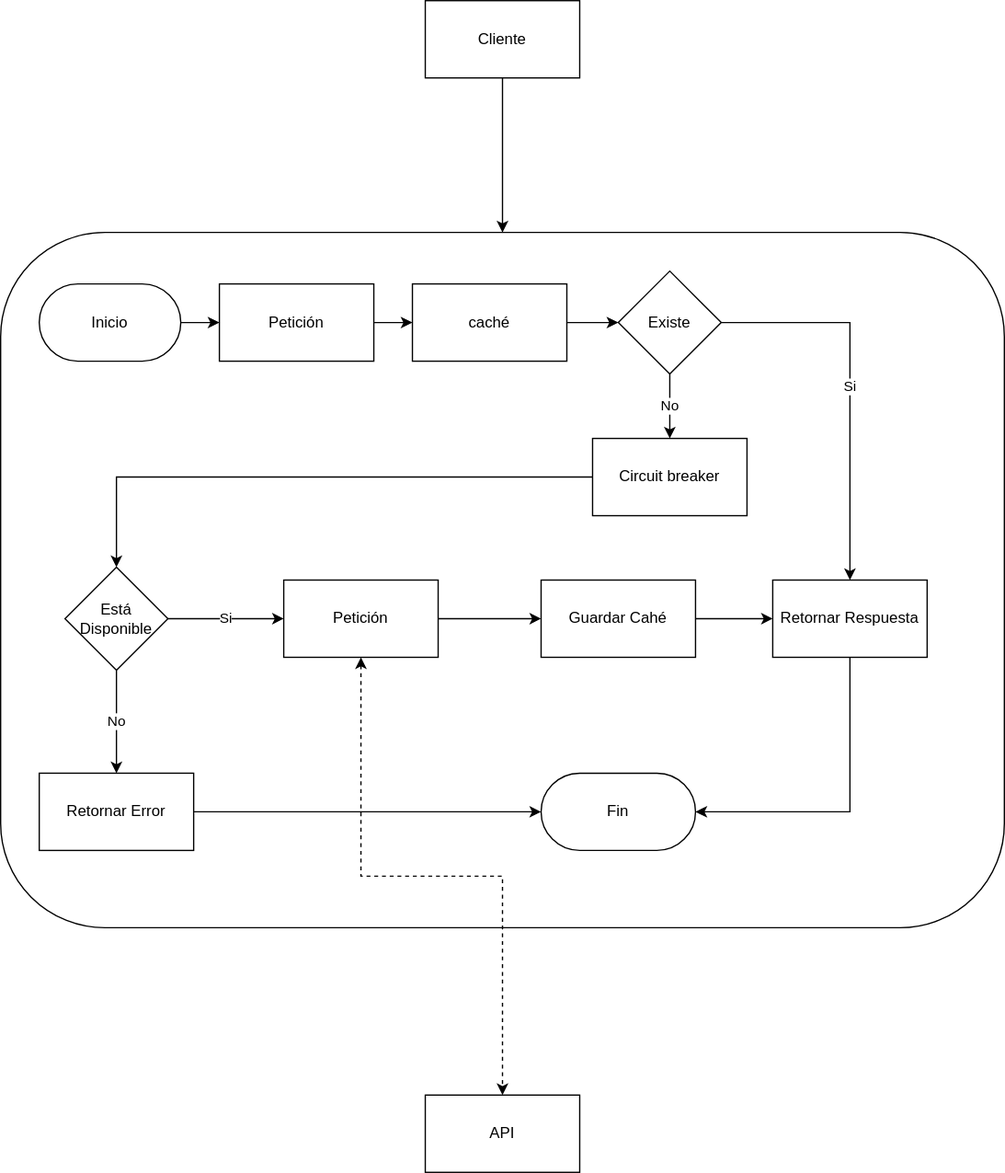
Before: docs/solucion.drawio.svg, a diagram exported from draw.io (luifertorres/ceiba-hackathon-2021). Source tidied: cells renumbered, new cells last; positions are measured from the earlier drawing's top-left corner, leaving out a move shared by most shapes. Its diagram source:
```xml
<mxGraphModel>
  <root>
    <mxCell id="0" />
    <mxCell id="1" parent="0" />
    <mxCell id="2" style="rounded=1;whiteSpace=wrap;html=1;fillColor=none;" parent="1" vertex="1">
      <mxGeometry y="180" width="780" height="540" as="geometry" />
    </mxCell>
    <mxCell id="3" style="edgeStyle=orthogonalEdgeStyle;rounded=0;jettySize=auto;html=1;exitX=1;exitY=0.5;exitDx=0;exitDy=0;entryX=0;entryY=0.5;entryDx=0;entryDy=0;" parent="1" edge="1" source="4" target="6">
      <mxGeometry relative="1" as="geometry" />
    </mxCell>
    <mxCell id="4" value="Petición" style="rounded=0;whiteSpace=wrap;html=1;fillColor=none;" parent="1" vertex="1">
      <mxGeometry x="170" y="220" width="120" height="60" as="geometry" />
    </mxCell>
    <mxCell id="5" style="edgeStyle=orthogonalEdgeStyle;rounded=0;jettySize=auto;html=1;exitX=1;exitY=0.5;exitDx=0;exitDy=0;entryX=0;entryY=0.5;entryDx=0;entryDy=0;" parent="1" edge="1" source="6" target="9">
      <mxGeometry relative="1" as="geometry" />
    </mxCell>
    <mxCell id="6" value="caché" style="rounded=0;whiteSpace=wrap;html=1;fillColor=none;" parent="1" vertex="1">
      <mxGeometry x="320" y="220" width="120" height="60" as="geometry" />
    </mxCell>
    <mxCell id="7" value="Si" style="edgeStyle=orthogonalEdgeStyle;rounded=0;jettySize=auto;html=1;exitX=1;exitY=0.5;exitDx=0;exitDy=0;entryX=0.5;entryY=0;entryDx=0;entryDy=0;" parent="1" edge="1" source="9" target="18">
      <mxGeometry relative="1" as="geometry" />
    </mxCell>
    <mxCell id="8" value="No" style="edgeStyle=orthogonalEdgeStyle;rounded=0;jettySize=auto;html=1;exitX=0.5;exitY=1;exitDx=0;exitDy=0;entryX=0.5;entryY=0;entryDx=0;entryDy=0;" parent="1" edge="1" source="9" target="11">
      <mxGeometry relative="1" as="geometry" />
    </mxCell>
    <mxCell id="9" value="Existe" style="rhombus;whiteSpace=wrap;html=1;fillColor=none;" parent="1" vertex="1">
      <mxGeometry x="480" y="210" width="80" height="80" as="geometry" />
    </mxCell>
    <mxCell id="10" style="edgeStyle=orthogonalEdgeStyle;rounded=0;jettySize=auto;html=1;exitX=0;exitY=0.5;exitDx=0;exitDy=0;entryX=0.5;entryY=0;entryDx=0;entryDy=0;" parent="1" edge="1" source="11" target="14">
      <mxGeometry relative="1" as="geometry">
        <Array as="points">
          <mxPoint x="330" y="370" />
          <mxPoint x="150" y="370" />
        </Array>
      </mxGeometry>
    </mxCell>
    <mxCell id="11" value="Circuit breaker" style="rounded=0;whiteSpace=wrap;html=1;fillColor=none;" parent="1" vertex="1">
      <mxGeometry x="460" y="340" width="120" height="60" as="geometry" />
    </mxCell>
    <mxCell id="12" value="No" style="edgeStyle=orthogonalEdgeStyle;rounded=0;jettySize=auto;html=1;exitX=0.5;exitY=1;exitDx=0;exitDy=0;" parent="1" edge="1" source="14" target="26">
      <mxGeometry relative="1" as="geometry" />
    </mxCell>
    <mxCell id="13" value="Si" style="edgeStyle=orthogonalEdgeStyle;rounded=0;jettySize=auto;html=1;exitX=1;exitY=0.5;exitDx=0;exitDy=0;entryX=0;entryY=0.5;entryDx=0;entryDy=0;" parent="1" edge="1" source="14" target="24">
      <mxGeometry relative="1" as="geometry" />
    </mxCell>
    <mxCell id="14" value="Está Disponible" style="rhombus;whiteSpace=wrap;html=1;fillColor=none;" parent="1" vertex="1">
      <mxGeometry x="50" y="440" width="80" height="80" as="geometry" />
    </mxCell>
    <mxCell id="15" style="edgeStyle=orthogonalEdgeStyle;rounded=0;jettySize=auto;html=1;exitX=1;exitY=0.5;exitDx=0;exitDy=0;entryX=0;entryY=0.5;entryDx=0;entryDy=0;" parent="1" edge="1" source="16" target="18">
      <mxGeometry relative="1" as="geometry" />
    </mxCell>
    <mxCell id="16" value="Guardar Cahé" style="rounded=0;whiteSpace=wrap;html=1;fillColor=none;" parent="1" vertex="1">
      <mxGeometry x="420" y="450" width="120" height="60" as="geometry" />
    </mxCell>
    <mxCell id="17" style="edgeStyle=orthogonalEdgeStyle;rounded=0;jettySize=auto;html=1;exitX=0.5;exitY=1;exitDx=0;exitDy=0;entryX=1;entryY=0.5;entryDx=0;entryDy=0;" parent="1" edge="1" source="18" target="21">
      <mxGeometry relative="1" as="geometry" />
    </mxCell>
    <mxCell id="18" value="Retornar Respuesta" style="rounded=0;whiteSpace=wrap;html=1;fillColor=none;" parent="1" vertex="1">
      <mxGeometry x="600" y="450" width="120" height="60" as="geometry" />
    </mxCell>
    <mxCell id="19" style="edgeStyle=orthogonalEdgeStyle;rounded=0;jettySize=auto;html=1;entryX=0;entryY=0.5;entryDx=0;entryDy=0;" parent="1" edge="1" source="20" target="4">
      <mxGeometry relative="1" as="geometry" />
    </mxCell>
    <mxCell id="20" value="Inicio" style="rounded=1;whiteSpace=wrap;html=1;fillColor=none;arcSize=50;" parent="1" vertex="1">
      <mxGeometry x="30" y="220" width="110" height="60" as="geometry" />
    </mxCell>
    <mxCell id="21" value="Fin" style="rounded=1;whiteSpace=wrap;html=1;fillColor=none;arcSize=50;" parent="1" vertex="1">
      <mxGeometry x="420" y="600" width="120" height="60" as="geometry" />
    </mxCell>
    <mxCell id="22" style="edgeStyle=orthogonalEdgeStyle;rounded=0;jettySize=auto;html=1;exitX=1;exitY=0.5;exitDx=0;exitDy=0;entryX=0;entryY=0.5;entryDx=0;entryDy=0;" parent="1" edge="1" source="24" target="16">
      <mxGeometry relative="1" as="geometry" />
    </mxCell>
    <mxCell id="23" style="edgeStyle=orthogonalEdgeStyle;rounded=0;jettySize=auto;html=1;entryX=0.5;entryY=0;entryDx=0;entryDy=0;startArrow=classic;startFill=1;dashed=1;" parent="1" edge="1" source="24" target="29">
      <mxGeometry relative="1" as="geometry" />
    </mxCell>
    <mxCell id="24" value="Petición" style="rounded=0;whiteSpace=wrap;html=1;fillColor=none;" parent="1" vertex="1">
      <mxGeometry x="220" y="450" width="120" height="60" as="geometry" />
    </mxCell>
    <mxCell id="25" style="edgeStyle=orthogonalEdgeStyle;rounded=0;jettySize=auto;html=1;exitX=1;exitY=0.5;exitDx=0;exitDy=0;" parent="1" edge="1" source="26" target="21">
      <mxGeometry relative="1" as="geometry" />
    </mxCell>
    <mxCell id="26" value="Retornar Error" style="rounded=0;whiteSpace=wrap;html=1;fillColor=none;" parent="1" vertex="1">
      <mxGeometry x="30" y="600" width="120" height="60" as="geometry" />
    </mxCell>
    <mxCell id="27" style="edgeStyle=orthogonalEdgeStyle;rounded=0;jettySize=auto;html=1;exitX=0.5;exitY=1;exitDx=0;exitDy=0;entryX=0.5;entryY=0;entryDx=0;entryDy=0;startArrow=none;startFill=0;" parent="1" edge="1" source="28" target="2">
      <mxGeometry relative="1" as="geometry" />
    </mxCell>
    <mxCell id="28" value="Cliente" style="rounded=0;whiteSpace=wrap;html=1;" parent="1" vertex="1">
      <mxGeometry x="330" width="120" height="60" as="geometry" />
    </mxCell>
    <mxCell id="29" value="API" style="rounded=0;whiteSpace=wrap;html=1;" parent="1" vertex="1">
      <mxGeometry x="330" y="850" width="120" height="60" as="geometry" />
    </mxCell>
  </root>
</mxGraphModel>
```
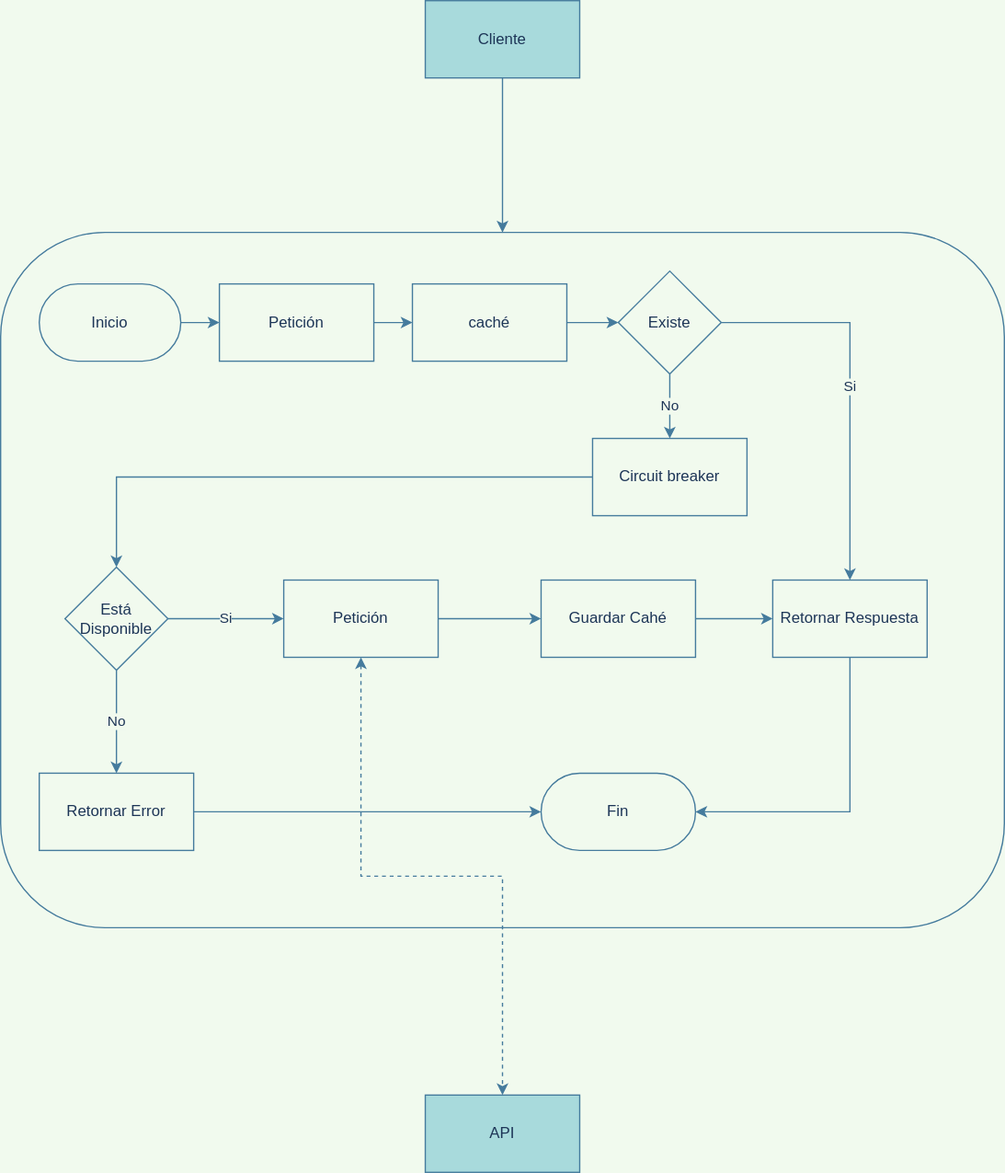
After the commit.

Commit message:
Cambia fondo de diagrama

Change to the diagram source:
```diff
@@ -1,32 +1,32 @@
-<mxGraphModel>
+<mxGraphModel background="#F1FAEE">
   <root>
     <mxCell id="0" />
     <mxCell id="1" parent="0" />
-    <mxCell id="2" style="rounded=1;whiteSpace=wrap;html=1;fillColor=none;" parent="1" vertex="1">
+    <mxCell id="2" style="rounded=1;whiteSpace=wrap;html=1;fillColor=none;strokeColor=#457B9D;fontColor=#1D3557;" parent="1" vertex="1">
       <mxGeometry y="180" width="780" height="540" as="geometry" />
     </mxCell>
-    <mxCell id="3" style="edgeStyle=orthogonalEdgeStyle;rounded=0;jettySize=auto;html=1;exitX=1;exitY=0.5;exitDx=0;exitDy=0;entryX=0;entryY=0.5;entryDx=0;entryDy=0;" parent="1" edge="1" source="4" target="6">
+    <mxCell id="3" style="edgeStyle=orthogonalEdgeStyle;rounded=0;jettySize=auto;html=1;exitX=1;exitY=0.5;exitDx=0;exitDy=0;entryX=0;entryY=0.5;entryDx=0;entryDy=0;labelBackgroundColor=#F1FAEE;strokeColor=#457B9D;fontColor=#1D3557;" parent="1" edge="1" source="4" target="6">
       <mxGeometry relative="1" as="geometry" />
     </mxCell>
-    <mxCell id="4" value="Petición" style="rounded=0;whiteSpace=wrap;html=1;fillColor=none;" parent="1" vertex="1">
+    <mxCell id="4" value="Petición" style="rounded=0;whiteSpace=wrap;html=1;fillColor=none;strokeColor=#457B9D;fontColor=#1D3557;" parent="1" vertex="1">
       <mxGeometry x="170" y="220" width="120" height="60" as="geometry" />
     </mxCell>
-    <mxCell id="5" style="edgeStyle=orthogonalEdgeStyle;rounded=0;jettySize=auto;html=1;exitX=1;exitY=0.5;exitDx=0;exitDy=0;entryX=0;entryY=0.5;entryDx=0;entryDy=0;" parent="1" edge="1" source="6" target="9">
+    <mxCell id="5" style="edgeStyle=orthogonalEdgeStyle;rounded=0;jettySize=auto;html=1;exitX=1;exitY=0.5;exitDx=0;exitDy=0;entryX=0;entryY=0.5;entryDx=0;entryDy=0;labelBackgroundColor=#F1FAEE;strokeColor=#457B9D;fontColor=#1D3557;" parent="1" edge="1" source="6" target="9">
       <mxGeometry relative="1" as="geometry" />
     </mxCell>
-    <mxCell id="6" value="caché" style="rounded=0;whiteSpace=wrap;html=1;fillColor=none;" parent="1" vertex="1">
+    <mxCell id="6" value="caché" style="rounded=0;whiteSpace=wrap;html=1;fillColor=none;strokeColor=#457B9D;fontColor=#1D3557;" parent="1" vertex="1">
       <mxGeometry x="320" y="220" width="120" height="60" as="geometry" />
     </mxCell>
-    <mxCell id="7" value="Si" style="edgeStyle=orthogonalEdgeStyle;rounded=0;jettySize=auto;html=1;exitX=1;exitY=0.5;exitDx=0;exitDy=0;entryX=0.5;entryY=0;entryDx=0;entryDy=0;" parent="1" edge="1" source="9" target="18">
+    <mxCell id="7" value="Si" style="edgeStyle=orthogonalEdgeStyle;rounded=0;jettySize=auto;html=1;exitX=1;exitY=0.5;exitDx=0;exitDy=0;entryX=0.5;entryY=0;entryDx=0;entryDy=0;labelBackgroundColor=#F1FAEE;strokeColor=#457B9D;fontColor=#1D3557;" parent="1" edge="1" source="9" target="18">
       <mxGeometry relative="1" as="geometry" />
     </mxCell>
-    <mxCell id="8" value="No" style="edgeStyle=orthogonalEdgeStyle;rounded=0;jettySize=auto;html=1;exitX=0.5;exitY=1;exitDx=0;exitDy=0;entryX=0.5;entryY=0;entryDx=0;entryDy=0;" parent="1" edge="1" source="9" target="11">
+    <mxCell id="8" value="No" style="edgeStyle=orthogonalEdgeStyle;rounded=0;jettySize=auto;html=1;exitX=0.5;exitY=1;exitDx=0;exitDy=0;entryX=0.5;entryY=0;entryDx=0;entryDy=0;labelBackgroundColor=#F1FAEE;strokeColor=#457B9D;fontColor=#1D3557;" parent="1" edge="1" source="9" target="11">
       <mxGeometry relative="1" as="geometry" />
     </mxCell>
-    <mxCell id="9" value="Existe" style="rhombus;whiteSpace=wrap;html=1;fillColor=none;" parent="1" vertex="1">
+    <mxCell id="9" value="Existe" style="rhombus;whiteSpace=wrap;html=1;fillColor=none;strokeColor=#457B9D;fontColor=#1D3557;" parent="1" vertex="1">
       <mxGeometry x="480" y="210" width="80" height="80" as="geometry" />
     </mxCell>
-    <mxCell id="10" style="edgeStyle=orthogonalEdgeStyle;rounded=0;jettySize=auto;html=1;exitX=0;exitY=0.5;exitDx=0;exitDy=0;entryX=0.5;entryY=0;entryDx=0;entryDy=0;" parent="1" edge="1" source="11" target="14">
+    <mxCell id="10" style="edgeStyle=orthogonalEdgeStyle;rounded=0;jettySize=auto;html=1;exitX=0;exitY=0.5;exitDx=0;exitDy=0;entryX=0.5;entryY=0;entryDx=0;entryDy=0;labelBackgroundColor=#F1FAEE;strokeColor=#457B9D;fontColor=#1D3557;" parent="1" edge="1" source="11" target="14">
       <mxGeometry relative="1" as="geometry">
         <Array as="points">
           <mxPoint x="330" y="370" />
@@ -34,61 +34,61 @@
         </Array>
       </mxGeometry>
     </mxCell>
-    <mxCell id="11" value="Circuit breaker" style="rounded=0;whiteSpace=wrap;html=1;fillColor=none;" parent="1" vertex="1">
+    <mxCell id="11" value="Circuit breaker" style="rounded=0;whiteSpace=wrap;html=1;fillColor=none;strokeColor=#457B9D;fontColor=#1D3557;" parent="1" vertex="1">
       <mxGeometry x="460" y="340" width="120" height="60" as="geometry" />
     </mxCell>
-    <mxCell id="12" value="No" style="edgeStyle=orthogonalEdgeStyle;rounded=0;jettySize=auto;html=1;exitX=0.5;exitY=1;exitDx=0;exitDy=0;" parent="1" edge="1" source="14" target="26">
+    <mxCell id="12" value="No" style="edgeStyle=orthogonalEdgeStyle;rounded=0;jettySize=auto;html=1;exitX=0.5;exitY=1;exitDx=0;exitDy=0;labelBackgroundColor=#F1FAEE;strokeColor=#457B9D;fontColor=#1D3557;" parent="1" edge="1" source="14" target="26">
       <mxGeometry relative="1" as="geometry" />
     </mxCell>
-    <mxCell id="13" value="Si" style="edgeStyle=orthogonalEdgeStyle;rounded=0;jettySize=auto;html=1;exitX=1;exitY=0.5;exitDx=0;exitDy=0;entryX=0;entryY=0.5;entryDx=0;entryDy=0;" parent="1" edge="1" source="14" target="24">
+    <mxCell id="13" value="Si" style="edgeStyle=orthogonalEdgeStyle;rounded=0;jettySize=auto;html=1;exitX=1;exitY=0.5;exitDx=0;exitDy=0;entryX=0;entryY=0.5;entryDx=0;entryDy=0;labelBackgroundColor=#F1FAEE;strokeColor=#457B9D;fontColor=#1D3557;" parent="1" edge="1" source="14" target="24">
       <mxGeometry relative="1" as="geometry" />
     </mxCell>
-    <mxCell id="14" value="Está Disponible" style="rhombus;whiteSpace=wrap;html=1;fillColor=none;" parent="1" vertex="1">
+    <mxCell id="14" value="Está Disponible" style="rhombus;whiteSpace=wrap;html=1;fillColor=none;strokeColor=#457B9D;fontColor=#1D3557;" parent="1" vertex="1">
       <mxGeometry x="50" y="440" width="80" height="80" as="geometry" />
     </mxCell>
-    <mxCell id="15" style="edgeStyle=orthogonalEdgeStyle;rounded=0;jettySize=auto;html=1;exitX=1;exitY=0.5;exitDx=0;exitDy=0;entryX=0;entryY=0.5;entryDx=0;entryDy=0;" parent="1" edge="1" source="16" target="18">
+    <mxCell id="15" style="edgeStyle=orthogonalEdgeStyle;rounded=0;jettySize=auto;html=1;exitX=1;exitY=0.5;exitDx=0;exitDy=0;entryX=0;entryY=0.5;entryDx=0;entryDy=0;labelBackgroundColor=#F1FAEE;strokeColor=#457B9D;fontColor=#1D3557;" parent="1" edge="1" source="16" target="18">
       <mxGeometry relative="1" as="geometry" />
     </mxCell>
-    <mxCell id="16" value="Guardar Cahé" style="rounded=0;whiteSpace=wrap;html=1;fillColor=none;" parent="1" vertex="1">
+    <mxCell id="16" value="Guardar Cahé" style="rounded=0;whiteSpace=wrap;html=1;fillColor=none;strokeColor=#457B9D;fontColor=#1D3557;" parent="1" vertex="1">
       <mxGeometry x="420" y="450" width="120" height="60" as="geometry" />
     </mxCell>
-    <mxCell id="17" style="edgeStyle=orthogonalEdgeStyle;rounded=0;jettySize=auto;html=1;exitX=0.5;exitY=1;exitDx=0;exitDy=0;entryX=1;entryY=0.5;entryDx=0;entryDy=0;" parent="1" edge="1" source="18" target="21">
+    <mxCell id="17" style="edgeStyle=orthogonalEdgeStyle;rounded=0;jettySize=auto;html=1;exitX=0.5;exitY=1;exitDx=0;exitDy=0;entryX=1;entryY=0.5;entryDx=0;entryDy=0;labelBackgroundColor=#F1FAEE;strokeColor=#457B9D;fontColor=#1D3557;" parent="1" edge="1" source="18" target="21">
       <mxGeometry relative="1" as="geometry" />
     </mxCell>
-    <mxCell id="18" value="Retornar Respuesta" style="rounded=0;whiteSpace=wrap;html=1;fillColor=none;" parent="1" vertex="1">
+    <mxCell id="18" value="Retornar Respuesta" style="rounded=0;whiteSpace=wrap;html=1;fillColor=none;strokeColor=#457B9D;fontColor=#1D3557;" parent="1" vertex="1">
       <mxGeometry x="600" y="450" width="120" height="60" as="geometry" />
     </mxCell>
-    <mxCell id="19" style="edgeStyle=orthogonalEdgeStyle;rounded=0;jettySize=auto;html=1;entryX=0;entryY=0.5;entryDx=0;entryDy=0;" parent="1" edge="1" source="20" target="4">
+    <mxCell id="19" style="edgeStyle=orthogonalEdgeStyle;rounded=0;jettySize=auto;html=1;entryX=0;entryY=0.5;entryDx=0;entryDy=0;labelBackgroundColor=#F1FAEE;strokeColor=#457B9D;fontColor=#1D3557;" parent="1" edge="1" source="20" target="4">
       <mxGeometry relative="1" as="geometry" />
     </mxCell>
-    <mxCell id="20" value="Inicio" style="rounded=1;whiteSpace=wrap;html=1;fillColor=none;arcSize=50;" parent="1" vertex="1">
+    <mxCell id="20" value="Inicio" style="rounded=1;whiteSpace=wrap;html=1;fillColor=none;arcSize=50;strokeColor=#457B9D;fontColor=#1D3557;" parent="1" vertex="1">
       <mxGeometry x="30" y="220" width="110" height="60" as="geometry" />
     </mxCell>
-    <mxCell id="21" value="Fin" style="rounded=1;whiteSpace=wrap;html=1;fillColor=none;arcSize=50;" parent="1" vertex="1">
+    <mxCell id="21" value="Fin" style="rounded=1;whiteSpace=wrap;html=1;fillColor=none;arcSize=50;strokeColor=#457B9D;fontColor=#1D3557;" parent="1" vertex="1">
       <mxGeometry x="420" y="600" width="120" height="60" as="geometry" />
     </mxCell>
-    <mxCell id="22" style="edgeStyle=orthogonalEdgeStyle;rounded=0;jettySize=auto;html=1;exitX=1;exitY=0.5;exitDx=0;exitDy=0;entryX=0;entryY=0.5;entryDx=0;entryDy=0;" parent="1" edge="1" source="24" target="16">
+    <mxCell id="22" style="edgeStyle=orthogonalEdgeStyle;rounded=0;jettySize=auto;html=1;exitX=1;exitY=0.5;exitDx=0;exitDy=0;entryX=0;entryY=0.5;entryDx=0;entryDy=0;labelBackgroundColor=#F1FAEE;strokeColor=#457B9D;fontColor=#1D3557;" parent="1" edge="1" source="24" target="16">
       <mxGeometry relative="1" as="geometry" />
     </mxCell>
-    <mxCell id="23" style="edgeStyle=orthogonalEdgeStyle;rounded=0;jettySize=auto;html=1;entryX=0.5;entryY=0;entryDx=0;entryDy=0;startArrow=classic;startFill=1;dashed=1;" parent="1" edge="1" source="24" target="29">
+    <mxCell id="23" style="edgeStyle=orthogonalEdgeStyle;rounded=0;jettySize=auto;html=1;entryX=0.5;entryY=0;entryDx=0;entryDy=0;startArrow=classic;startFill=1;dashed=1;labelBackgroundColor=#F1FAEE;strokeColor=#457B9D;fontColor=#1D3557;" parent="1" edge="1" source="24" target="29">
       <mxGeometry relative="1" as="geometry" />
     </mxCell>
-    <mxCell id="24" value="Petición" style="rounded=0;whiteSpace=wrap;html=1;fillColor=none;" parent="1" vertex="1">
+    <mxCell id="24" value="Petición" style="rounded=0;whiteSpace=wrap;html=1;fillColor=none;strokeColor=#457B9D;fontColor=#1D3557;" parent="1" vertex="1">
       <mxGeometry x="220" y="450" width="120" height="60" as="geometry" />
     </mxCell>
-    <mxCell id="25" style="edgeStyle=orthogonalEdgeStyle;rounded=0;jettySize=auto;html=1;exitX=1;exitY=0.5;exitDx=0;exitDy=0;" parent="1" edge="1" source="26" target="21">
+    <mxCell id="25" style="edgeStyle=orthogonalEdgeStyle;rounded=0;jettySize=auto;html=1;exitX=1;exitY=0.5;exitDx=0;exitDy=0;labelBackgroundColor=#F1FAEE;strokeColor=#457B9D;fontColor=#1D3557;" parent="1" edge="1" source="26" target="21">
       <mxGeometry relative="1" as="geometry" />
     </mxCell>
-    <mxCell id="26" value="Retornar Error" style="rounded=0;whiteSpace=wrap;html=1;fillColor=none;" parent="1" vertex="1">
+    <mxCell id="26" value="Retornar Error" style="rounded=0;whiteSpace=wrap;html=1;fillColor=none;strokeColor=#457B9D;fontColor=#1D3557;" parent="1" vertex="1">
       <mxGeometry x="30" y="600" width="120" height="60" as="geometry" />
     </mxCell>
-    <mxCell id="27" style="edgeStyle=orthogonalEdgeStyle;rounded=0;jettySize=auto;html=1;exitX=0.5;exitY=1;exitDx=0;exitDy=0;entryX=0.5;entryY=0;entryDx=0;entryDy=0;startArrow=none;startFill=0;" parent="1" edge="1" source="28" target="2">
+    <mxCell id="27" style="edgeStyle=orthogonalEdgeStyle;rounded=0;jettySize=auto;html=1;exitX=0.5;exitY=1;exitDx=0;exitDy=0;entryX=0.5;entryY=0;entryDx=0;entryDy=0;startArrow=none;startFill=0;labelBackgroundColor=#F1FAEE;strokeColor=#457B9D;fontColor=#1D3557;" parent="1" edge="1" source="28" target="2">
       <mxGeometry relative="1" as="geometry" />
     </mxCell>
-    <mxCell id="28" value="Cliente" style="rounded=0;whiteSpace=wrap;html=1;" parent="1" vertex="1">
+    <mxCell id="28" value="Cliente" style="rounded=0;whiteSpace=wrap;html=1;fillColor=#A8DADC;strokeColor=#457B9D;fontColor=#1D3557;" parent="1" vertex="1">
       <mxGeometry x="330" width="120" height="60" as="geometry" />
     </mxCell>
-    <mxCell id="29" value="API" style="rounded=0;whiteSpace=wrap;html=1;" parent="1" vertex="1">
+    <mxCell id="29" value="API" style="rounded=0;whiteSpace=wrap;html=1;fillColor=#A8DADC;strokeColor=#457B9D;fontColor=#1D3557;" parent="1" vertex="1">
       <mxGeometry x="330" y="850" width="120" height="60" as="geometry" />
     </mxCell>
   </root>
```
